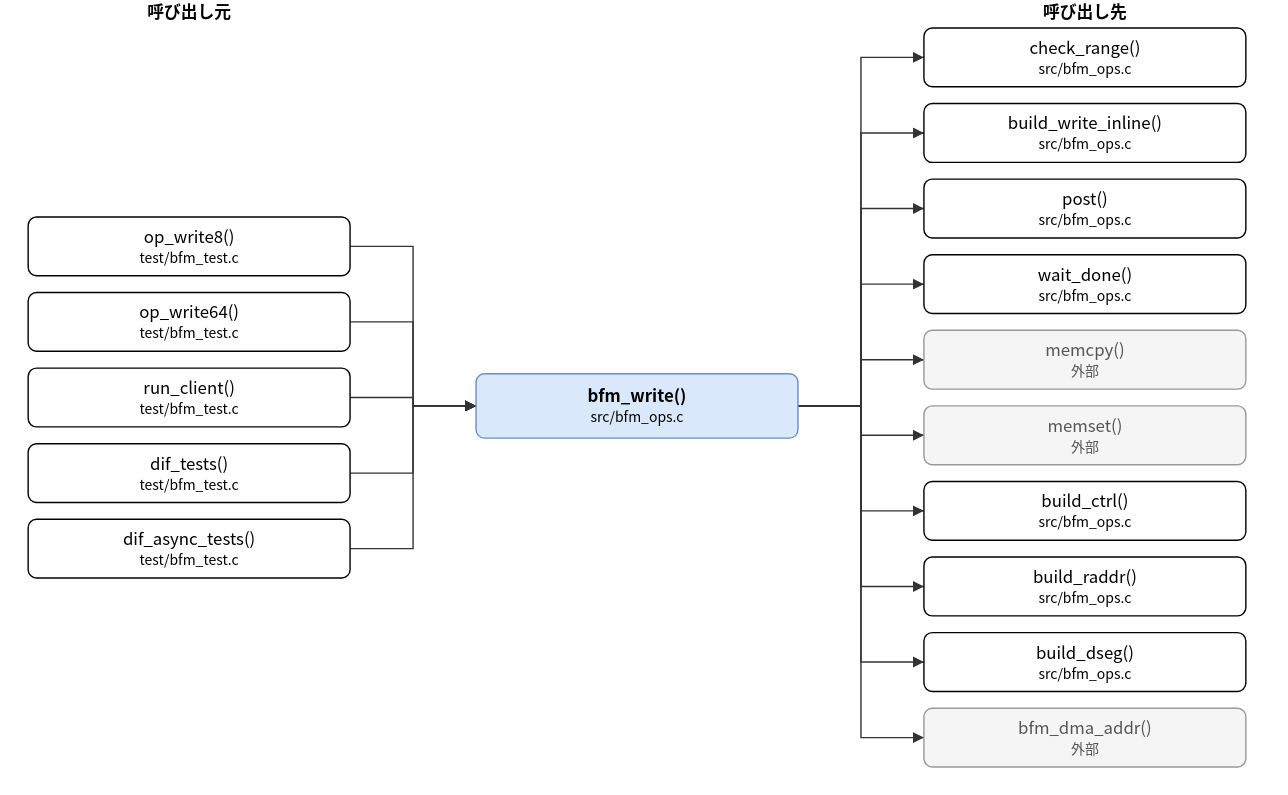
Before: doc/spec/images/call_src_bfm_ops-bfm_write.drawio.svg, a diagram exported from draw.io (hf355051012-ai/bfmem). Source tidied: cells renumbered, new cells last; positions are measured from the earlier drawing's top-left corner, leaving out a move shared by most shapes.
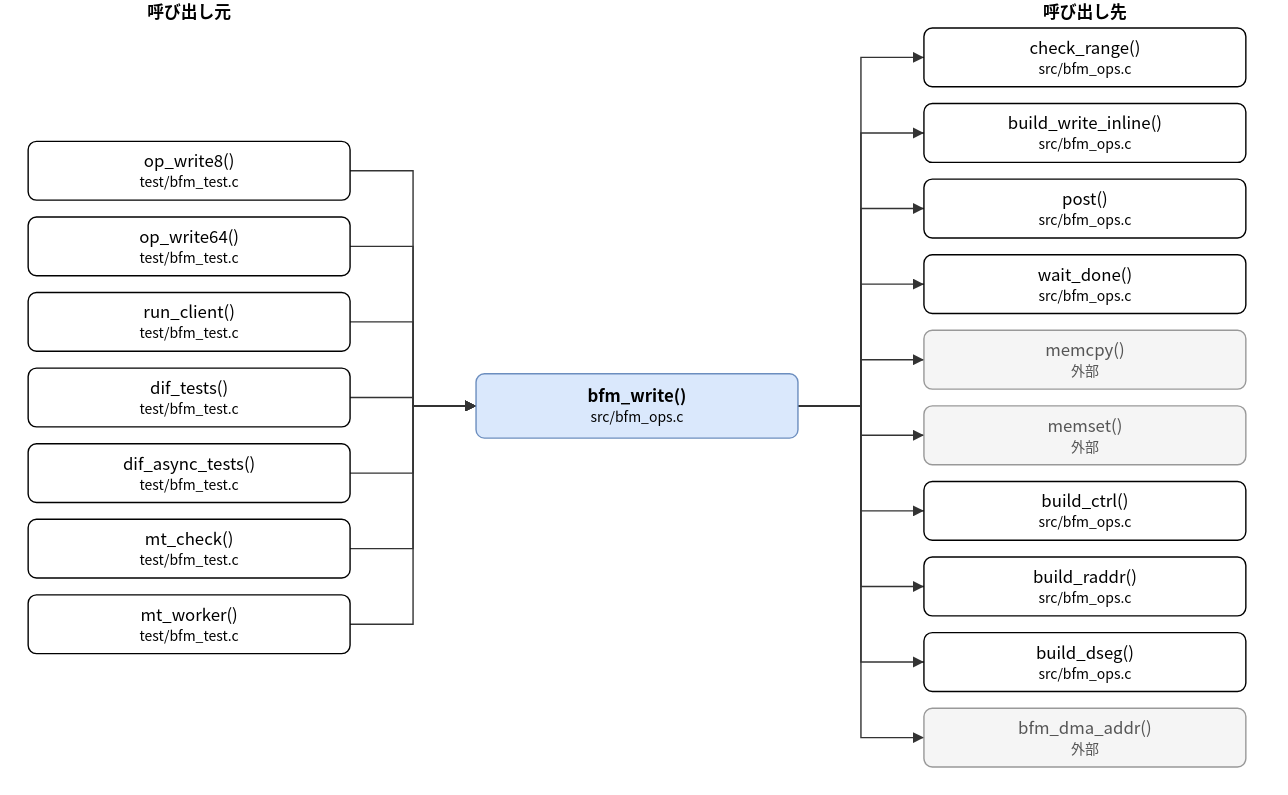
Above is the later version.

The edit, as a diff of the source:
```diff
@@ -6,20 +6,26 @@
       <mxGeometry x="320" y="267" width="230" height="46" as="geometry" />
     </mxCell>
     <mxCell id="3" value="op_write8()&lt;br&gt;&lt;font style=&quot;font-size:10px&quot;&gt;test/bfm_test.c&lt;/font&gt;" style="rounded=1;whiteSpace=wrap;html=1;" parent="1" vertex="1">
-      <mxGeometry y="155" width="230" height="42" as="geometry" />
+      <mxGeometry y="101" width="230" height="42" as="geometry" />
     </mxCell>
     <mxCell id="4" value="op_write64()&lt;br&gt;&lt;font style=&quot;font-size:10px&quot;&gt;test/bfm_test.c&lt;/font&gt;" style="rounded=1;whiteSpace=wrap;html=1;" parent="1" vertex="1">
-      <mxGeometry y="209" width="230" height="42" as="geometry" />
+      <mxGeometry y="155" width="230" height="42" as="geometry" />
     </mxCell>
     <mxCell id="5" value="run_client()&lt;br&gt;&lt;font style=&quot;font-size:10px&quot;&gt;test/bfm_test.c&lt;/font&gt;" style="rounded=1;whiteSpace=wrap;html=1;" parent="1" vertex="1">
-      <mxGeometry y="263" width="230" height="42" as="geometry" />
+      <mxGeometry y="209" width="230" height="42" as="geometry" />
     </mxCell>
     <mxCell id="6" value="dif_tests()&lt;br&gt;&lt;font style=&quot;font-size:10px&quot;&gt;test/bfm_test.c&lt;/font&gt;" style="rounded=1;whiteSpace=wrap;html=1;" parent="1" vertex="1">
-      <mxGeometry y="317" width="230" height="42" as="geometry" />
+      <mxGeometry y="263" width="230" height="42" as="geometry" />
     </mxCell>
     <mxCell id="7" value="dif_async_tests()&lt;br&gt;&lt;font style=&quot;font-size:10px&quot;&gt;test/bfm_test.c&lt;/font&gt;" style="rounded=1;whiteSpace=wrap;html=1;" parent="1" vertex="1">
-      <mxGeometry y="371" width="230" height="42" as="geometry" />
+      <mxGeometry y="317" width="230" height="42" as="geometry" />
     </mxCell>
+    <mxCell id="35" value="mt_check()&lt;br&gt;&lt;font style=&quot;font-size:10px&quot;&gt;test/bfm_test.c&lt;/font&gt;" style="rounded=1;whiteSpace=wrap;html=1;" parent="1" vertex="1">
+      <mxGeometry y="371" width="230" height="42" as="geometry" />
+    </mxCell>
+    <mxCell id="36" value="mt_worker()&lt;br&gt;&lt;font style=&quot;font-size:10px&quot;&gt;test/bfm_test.c&lt;/font&gt;" style="rounded=1;whiteSpace=wrap;html=1;" parent="1" vertex="1">
+      <mxGeometry y="425" width="230" height="42" as="geometry" />
+    </mxCell>
     <mxCell id="8" value="check_range()&lt;br&gt;&lt;font style=&quot;font-size:10px&quot;&gt;src/bfm_ops.c&lt;/font&gt;" style="rounded=1;whiteSpace=wrap;html=1;" parent="1" vertex="1">
       <mxGeometry x="640" y="20" width="230" height="42" as="geometry" />
     </mxCell>
@@ -53,7 +59,7 @@
     <mxCell id="18" style="edgeStyle=none;html=1;rounded=0;endArrow=block;endFill=1;exitX=1.0000;exitY=0.5000;exitDx=0;exitDy=0;exitPerimeter=0;entryX=0.0000;entryY=0.5000;entryDx=0;entryDy=0;entryPerimeter=0;" parent="1" edge="1" source="3" target="2">
       <mxGeometry relative="1" as="geometry">
         <Array as="points">
-          <mxPoint x="275" y="176" />
+          <mxPoint x="275" y="122" />
           <mxPoint x="275" y="290" />
         </Array>
       </mxGeometry>
@@ -61,7 +67,7 @@
     <mxCell id="19" style="edgeStyle=none;html=1;rounded=0;endArrow=block;endFill=1;exitX=1.0000;exitY=0.5000;exitDx=0;exitDy=0;exitPerimeter=0;entryX=0.0000;entryY=0.5000;entryDx=0;entryDy=0;entryPerimeter=0;" parent="1" edge="1" source="4" target="2">
       <mxGeometry relative="1" as="geometry">
         <Array as="points">
-          <mxPoint x="275" y="230" />
+          <mxPoint x="275" y="176" />
           <mxPoint x="275" y="290" />
         </Array>
       </mxGeometry>
@@ -69,7 +75,7 @@
     <mxCell id="20" style="edgeStyle=none;html=1;rounded=0;endArrow=block;endFill=1;exitX=1.0000;exitY=0.5000;exitDx=0;exitDy=0;exitPerimeter=0;entryX=0.0000;entryY=0.5000;entryDx=0;entryDy=0;entryPerimeter=0;" parent="1" edge="1" source="5" target="2">
       <mxGeometry relative="1" as="geometry">
         <Array as="points">
-          <mxPoint x="275" y="284" />
+          <mxPoint x="275" y="230" />
           <mxPoint x="275" y="290" />
         </Array>
       </mxGeometry>
@@ -77,7 +83,7 @@
     <mxCell id="21" style="edgeStyle=none;html=1;rounded=0;endArrow=block;endFill=1;exitX=1.0000;exitY=0.5000;exitDx=0;exitDy=0;exitPerimeter=0;entryX=0.0000;entryY=0.5000;entryDx=0;entryDy=0;entryPerimeter=0;" parent="1" edge="1" source="6" target="2">
       <mxGeometry relative="1" as="geometry">
         <Array as="points">
-          <mxPoint x="275" y="338" />
+          <mxPoint x="275" y="284" />
           <mxPoint x="275" y="290" />
         </Array>
       </mxGeometry>
@@ -85,91 +91,107 @@
     <mxCell id="22" style="edgeStyle=none;html=1;rounded=0;endArrow=block;endFill=1;exitX=1.0000;exitY=0.5000;exitDx=0;exitDy=0;exitPerimeter=0;entryX=0.0000;entryY=0.5000;entryDx=0;entryDy=0;entryPerimeter=0;" parent="1" edge="1" source="7" target="2">
       <mxGeometry relative="1" as="geometry">
         <Array as="points">
-          <mxPoint x="275" y="392" />
+          <mxPoint x="275" y="338" />
           <mxPoint x="275" y="290" />
         </Array>
       </mxGeometry>
     </mxCell>
-    <mxCell id="23" style="edgeStyle=none;html=1;rounded=0;endArrow=block;endFill=1;exitX=1.0000;exitY=0.5000;exitDx=0;exitDy=0;exitPerimeter=0;entryX=0.0000;entryY=0.5000;entryDx=0;entryDy=0;entryPerimeter=0;" parent="1" edge="1" source="2" target="8">
+    <mxCell id="23" style="edgeStyle=none;html=1;rounded=0;endArrow=block;endFill=1;exitX=1.0000;exitY=0.5000;exitDx=0;exitDy=0;exitPerimeter=0;entryX=0.0000;entryY=0.5000;entryDx=0;entryDy=0;entryPerimeter=0;" parent="1" edge="1" source="35" target="2">
       <mxGeometry relative="1" as="geometry">
         <Array as="points">
-          <mxPoint x="595" y="290" />
-          <mxPoint x="595" y="41" />
+          <mxPoint x="275" y="392" />
+          <mxPoint x="275" y="290" />
         </Array>
       </mxGeometry>
     </mxCell>
-    <mxCell id="24" style="edgeStyle=none;html=1;rounded=0;endArrow=block;endFill=1;exitX=1.0000;exitY=0.5000;exitDx=0;exitDy=0;exitPerimeter=0;entryX=0.0000;entryY=0.5000;entryDx=0;entryDy=0;entryPerimeter=0;" parent="1" edge="1" source="2" target="9">
+    <mxCell id="24" style="edgeStyle=none;html=1;rounded=0;endArrow=block;endFill=1;exitX=1.0000;exitY=0.5000;exitDx=0;exitDy=0;exitPerimeter=0;entryX=0.0000;entryY=0.5000;entryDx=0;entryDy=0;entryPerimeter=0;" parent="1" edge="1" source="36" target="2">
       <mxGeometry relative="1" as="geometry">
         <Array as="points">
-          <mxPoint x="595" y="290" />
-          <mxPoint x="595" y="95" />
+          <mxPoint x="275" y="446" />
+          <mxPoint x="275" y="290" />
         </Array>
       </mxGeometry>
     </mxCell>
-    <mxCell id="25" style="edgeStyle=none;html=1;rounded=0;endArrow=block;endFill=1;exitX=1.0000;exitY=0.5000;exitDx=0;exitDy=0;exitPerimeter=0;entryX=0.0000;entryY=0.5000;entryDx=0;entryDy=0;entryPerimeter=0;" parent="1" edge="1" source="2" target="10">
+    <mxCell id="25" style="edgeStyle=none;html=1;rounded=0;endArrow=block;endFill=1;exitX=1.0000;exitY=0.5000;exitDx=0;exitDy=0;exitPerimeter=0;entryX=0.0000;entryY=0.5000;entryDx=0;entryDy=0;entryPerimeter=0;" parent="1" edge="1" source="2" target="8">
       <mxGeometry relative="1" as="geometry">
         <Array as="points">
           <mxPoint x="595" y="290" />
-          <mxPoint x="595" y="149" />
+          <mxPoint x="595" y="41" />
         </Array>
       </mxGeometry>
     </mxCell>
-    <mxCell id="26" style="edgeStyle=none;html=1;rounded=0;endArrow=block;endFill=1;exitX=1.0000;exitY=0.5000;exitDx=0;exitDy=0;exitPerimeter=0;entryX=0.0000;entryY=0.5000;entryDx=0;entryDy=0;entryPerimeter=0;" parent="1" edge="1" source="2" target="11">
+    <mxCell id="26" style="edgeStyle=none;html=1;rounded=0;endArrow=block;endFill=1;exitX=1.0000;exitY=0.5000;exitDx=0;exitDy=0;exitPerimeter=0;entryX=0.0000;entryY=0.5000;entryDx=0;entryDy=0;entryPerimeter=0;" parent="1" edge="1" source="2" target="9">
       <mxGeometry relative="1" as="geometry">
         <Array as="points">
           <mxPoint x="595" y="290" />
-          <mxPoint x="595" y="203" />
+          <mxPoint x="595" y="95" />
         </Array>
       </mxGeometry>
     </mxCell>
-    <mxCell id="27" style="edgeStyle=none;html=1;rounded=0;endArrow=block;endFill=1;exitX=1.0000;exitY=0.5000;exitDx=0;exitDy=0;exitPerimeter=0;entryX=0.0000;entryY=0.5000;entryDx=0;entryDy=0;entryPerimeter=0;" parent="1" edge="1" source="2" target="12">
+    <mxCell id="27" style="edgeStyle=none;html=1;rounded=0;endArrow=block;endFill=1;exitX=1.0000;exitY=0.5000;exitDx=0;exitDy=0;exitPerimeter=0;entryX=0.0000;entryY=0.5000;entryDx=0;entryDy=0;entryPerimeter=0;" parent="1" edge="1" source="2" target="10">
       <mxGeometry relative="1" as="geometry">
         <Array as="points">
           <mxPoint x="595" y="290" />
-          <mxPoint x="595" y="257" />
+          <mxPoint x="595" y="149" />
         </Array>
       </mxGeometry>
     </mxCell>
-    <mxCell id="28" style="edgeStyle=none;html=1;rounded=0;endArrow=block;endFill=1;exitX=1.0000;exitY=0.5000;exitDx=0;exitDy=0;exitPerimeter=0;entryX=0.0000;entryY=0.5000;entryDx=0;entryDy=0;entryPerimeter=0;" parent="1" edge="1" source="2" target="13">
+    <mxCell id="28" style="edgeStyle=none;html=1;rounded=0;endArrow=block;endFill=1;exitX=1.0000;exitY=0.5000;exitDx=0;exitDy=0;exitPerimeter=0;entryX=0.0000;entryY=0.5000;entryDx=0;entryDy=0;entryPerimeter=0;" parent="1" edge="1" source="2" target="11">
       <mxGeometry relative="1" as="geometry">
         <Array as="points">
           <mxPoint x="595" y="290" />
-          <mxPoint x="595" y="311" />
+          <mxPoint x="595" y="203" />
         </Array>
       </mxGeometry>
     </mxCell>
-    <mxCell id="29" style="edgeStyle=none;html=1;rounded=0;endArrow=block;endFill=1;exitX=1.0000;exitY=0.5000;exitDx=0;exitDy=0;exitPerimeter=0;entryX=0.0000;entryY=0.5000;entryDx=0;entryDy=0;entryPerimeter=0;" parent="1" edge="1" source="2" target="14">
+    <mxCell id="29" style="edgeStyle=none;html=1;rounded=0;endArrow=block;endFill=1;exitX=1.0000;exitY=0.5000;exitDx=0;exitDy=0;exitPerimeter=0;entryX=0.0000;entryY=0.5000;entryDx=0;entryDy=0;entryPerimeter=0;" parent="1" edge="1" source="2" target="12">
       <mxGeometry relative="1" as="geometry">
         <Array as="points">
           <mxPoint x="595" y="290" />
-          <mxPoint x="595" y="365" />
+          <mxPoint x="595" y="257" />
         </Array>
       </mxGeometry>
     </mxCell>
-    <mxCell id="30" style="edgeStyle=none;html=1;rounded=0;endArrow=block;endFill=1;exitX=1.0000;exitY=0.5000;exitDx=0;exitDy=0;exitPerimeter=0;entryX=0.0000;entryY=0.5000;entryDx=0;entryDy=0;entryPerimeter=0;" parent="1" edge="1" source="2" target="15">
+    <mxCell id="30" style="edgeStyle=none;html=1;rounded=0;endArrow=block;endFill=1;exitX=1.0000;exitY=0.5000;exitDx=0;exitDy=0;exitPerimeter=0;entryX=0.0000;entryY=0.5000;entryDx=0;entryDy=0;entryPerimeter=0;" parent="1" edge="1" source="2" target="13">
       <mxGeometry relative="1" as="geometry">
         <Array as="points">
           <mxPoint x="595" y="290" />
-          <mxPoint x="595" y="419" />
+          <mxPoint x="595" y="311" />
         </Array>
       </mxGeometry>
     </mxCell>
-    <mxCell id="31" style="edgeStyle=none;html=1;rounded=0;endArrow=block;endFill=1;exitX=1.0000;exitY=0.5000;exitDx=0;exitDy=0;exitPerimeter=0;entryX=0.0000;entryY=0.5000;entryDx=0;entryDy=0;entryPerimeter=0;" parent="1" edge="1" source="2" target="16">
+    <mxCell id="31" style="edgeStyle=none;html=1;rounded=0;endArrow=block;endFill=1;exitX=1.0000;exitY=0.5000;exitDx=0;exitDy=0;exitPerimeter=0;entryX=0.0000;entryY=0.5000;entryDx=0;entryDy=0;entryPerimeter=0;" parent="1" edge="1" source="2" target="14">
       <mxGeometry relative="1" as="geometry">
         <Array as="points">
           <mxPoint x="595" y="290" />
-          <mxPoint x="595" y="473" />
+          <mxPoint x="595" y="365" />
         </Array>
       </mxGeometry>
     </mxCell>
-    <mxCell id="32" style="edgeStyle=none;html=1;rounded=0;endArrow=block;endFill=1;exitX=1.0000;exitY=0.5000;exitDx=0;exitDy=0;exitPerimeter=0;entryX=0.0000;entryY=0.5000;entryDx=0;entryDy=0;entryPerimeter=0;" parent="1" edge="1" source="2" target="17">
+    <mxCell id="32" style="edgeStyle=none;html=1;rounded=0;endArrow=block;endFill=1;exitX=1.0000;exitY=0.5000;exitDx=0;exitDy=0;exitPerimeter=0;entryX=0.0000;entryY=0.5000;entryDx=0;entryDy=0;entryPerimeter=0;" parent="1" edge="1" source="2" target="15">
       <mxGeometry relative="1" as="geometry">
         <Array as="points">
           <mxPoint x="595" y="290" />
-          <mxPoint x="595" y="527" />
+          <mxPoint x="595" y="419" />
         </Array>
       </mxGeometry>
     </mxCell>
+    <mxCell id="37" style="edgeStyle=none;html=1;rounded=0;endArrow=block;endFill=1;exitX=1.0000;exitY=0.5000;exitDx=0;exitDy=0;exitPerimeter=0;entryX=0.0000;entryY=0.5000;entryDx=0;entryDy=0;entryPerimeter=0;" parent="1" edge="1" source="2" target="16">
+      <mxGeometry relative="1" as="geometry">
+        <Array as="points">
+          <mxPoint x="595" y="290" />
+          <mxPoint x="595" y="473" />
+        </Array>
+      </mxGeometry>
+    </mxCell>
+    <mxCell id="38" style="edgeStyle=none;html=1;rounded=0;endArrow=block;endFill=1;exitX=1.0000;exitY=0.5000;exitDx=0;exitDy=0;exitPerimeter=0;entryX=0.0000;entryY=0.5000;entryDx=0;entryDy=0;entryPerimeter=0;" parent="1" edge="1" source="2" target="17">
+      <mxGeometry relative="1" as="geometry">
+        <Array as="points">
+          <mxPoint x="595" y="290" />
+          <mxPoint x="595" y="527" />
+        </Array>
+      </mxGeometry>
+    </mxCell>
     <mxCell id="33" value="呼び出し元" style="text;html=1;align=center;fontStyle=1;" parent="1" vertex="1">
       <mxGeometry x="35" width="160" height="18" as="geometry" />
     </mxCell>
```
